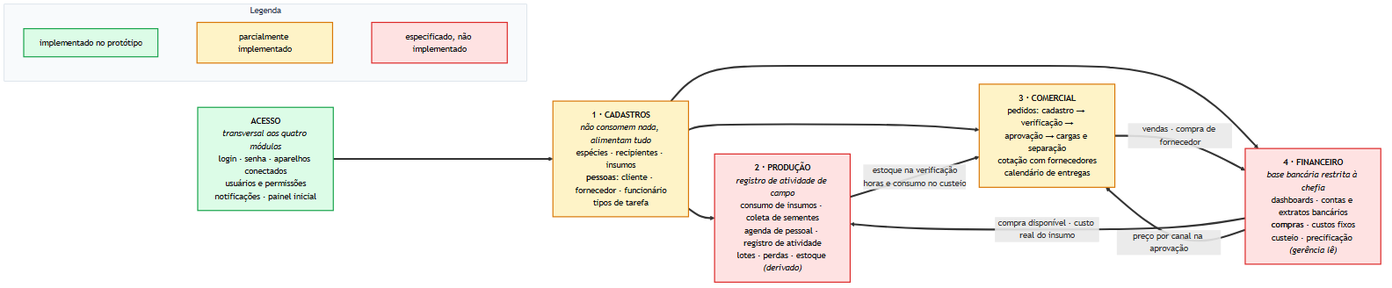
JoaoMudar/mudar keeps this Mermaid diagram as docs/rotinas/img/mapa-sistema-v2.png. Above is the earlier version. Its source is kept beside it as docs/rotinas/img/mapa-sistema-v2.mmd.
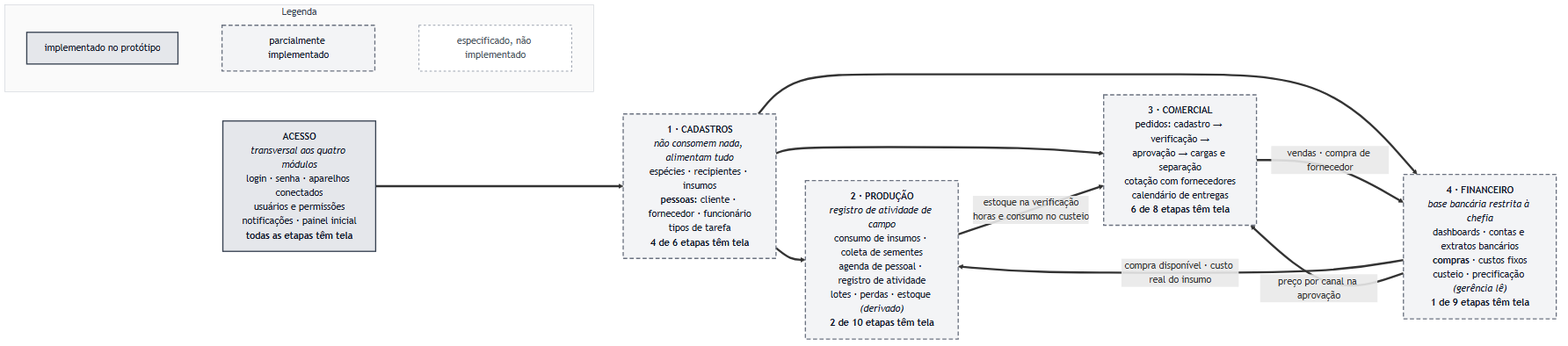
The same diagram one commit later.

What changed in the source:
```diff
@@ -1,13 +1,13 @@
 flowchart LR
-  ACC["<b>ACESSO</b><br/><i>transversal aos quatro módulos</i><br/>login · senha · aparelhos conectados<br/>usuários e permissões<br/>notificações · painel inicial"]
+  ACC["<b>ACESSO</b><br/><i>transversal aos quatro módulos</i><br/>login · senha · aparelhos conectados<br/>usuários e permissões<br/>notificações · painel inicial<br/><b>todas as etapas têm tela</b>"]
 
-  CAD["<b>1 · CADASTROS</b><br/><i>não consomem nada, alimentam tudo</i><br/>espécies · recipientes · insumos<br/><b>pessoas</b>: cliente · fornecedor · funcionário<br/>tipos de tarefa"]
+  CAD["<b>1 · CADASTROS</b><br/><i>não consomem nada, alimentam tudo</i><br/>espécies · recipientes · insumos<br/><b>pessoas</b>: cliente · fornecedor · funcionário<br/>tipos de tarefa<br/><b>4 de 6 etapas têm tela</b>"]
 
-  PRO["<b>2 · PRODUÇÃO</b><br/><i>registro de atividade de campo</i><br/>consumo de insumos · coleta de sementes<br/>agenda de pessoal · registro de atividade<br/>lotes · perdas · estoque <i>(derivado)</i>"]
+  PRO["<b>2 · PRODUÇÃO</b><br/><i>registro de atividade de campo</i><br/>consumo de insumos · coleta de sementes<br/>agenda de pessoal · registro de atividade<br/>lotes · perdas · estoque <i>(derivado)</i><br/><b>2 de 10 etapas têm tela</b>"]
 
-  COM["<b>3 · COMERCIAL</b><br/>pedidos: cadastro → verificação →<br/>aprovação → cargas e separação<br/>cotação com fornecedores<br/>calendário de entregas"]
+  COM["<b>3 · COMERCIAL</b><br/>pedidos: cadastro → verificação →<br/>aprovação → cargas e separação<br/>cotação com fornecedores<br/>calendário de entregas<br/><b>6 de 8 etapas têm tela</b>"]
 
-  FIN["<b>4 · FINANCEIRO</b><br/><i>base bancária restrita à chefia</i><br/>dashboards · contas e extratos bancários<br/><b>compras</b> · custos fixos<br/>custeio · precificação <i>(gerência lê)</i>"]
+  FIN["<b>4 · FINANCEIRO</b><br/><i>base bancária restrita à chefia</i><br/>dashboards · contas e extratos bancários<br/><b>compras</b> · custos fixos<br/>custeio · precificação <i>(gerência lê)</i><br/><b>1 de 9 etapas têm tela</b>"]
 
   ACC ==> CAD
 
@@ -32,8 +32,10 @@
   classDef meio fill:#fef3c7,stroke:#d97706,stroke-width:2px,color:#111
   classDef falta fill:#fee2e2,stroke:#dc2626,stroke-width:2px,color:#111
   classDef grupo fill:#f8fafc,stroke:#cbd5e1,stroke-width:1px,color:#334155
+  classDef ator fill:#374151,stroke:#111827,stroke-width:2px,color:#f9fafb
+  classDef decisao fill:#e2e8f0,stroke:#475569,stroke-width:2px,color:#111
 
   class ACC,L1 ok
-  class CAD,COM,L2 meio
-  class PRO,FIN,L3 falta
+  class CAD,PRO,COM,FIN,L2 meio
+  class L3 falta
   class LEG grupo
```
